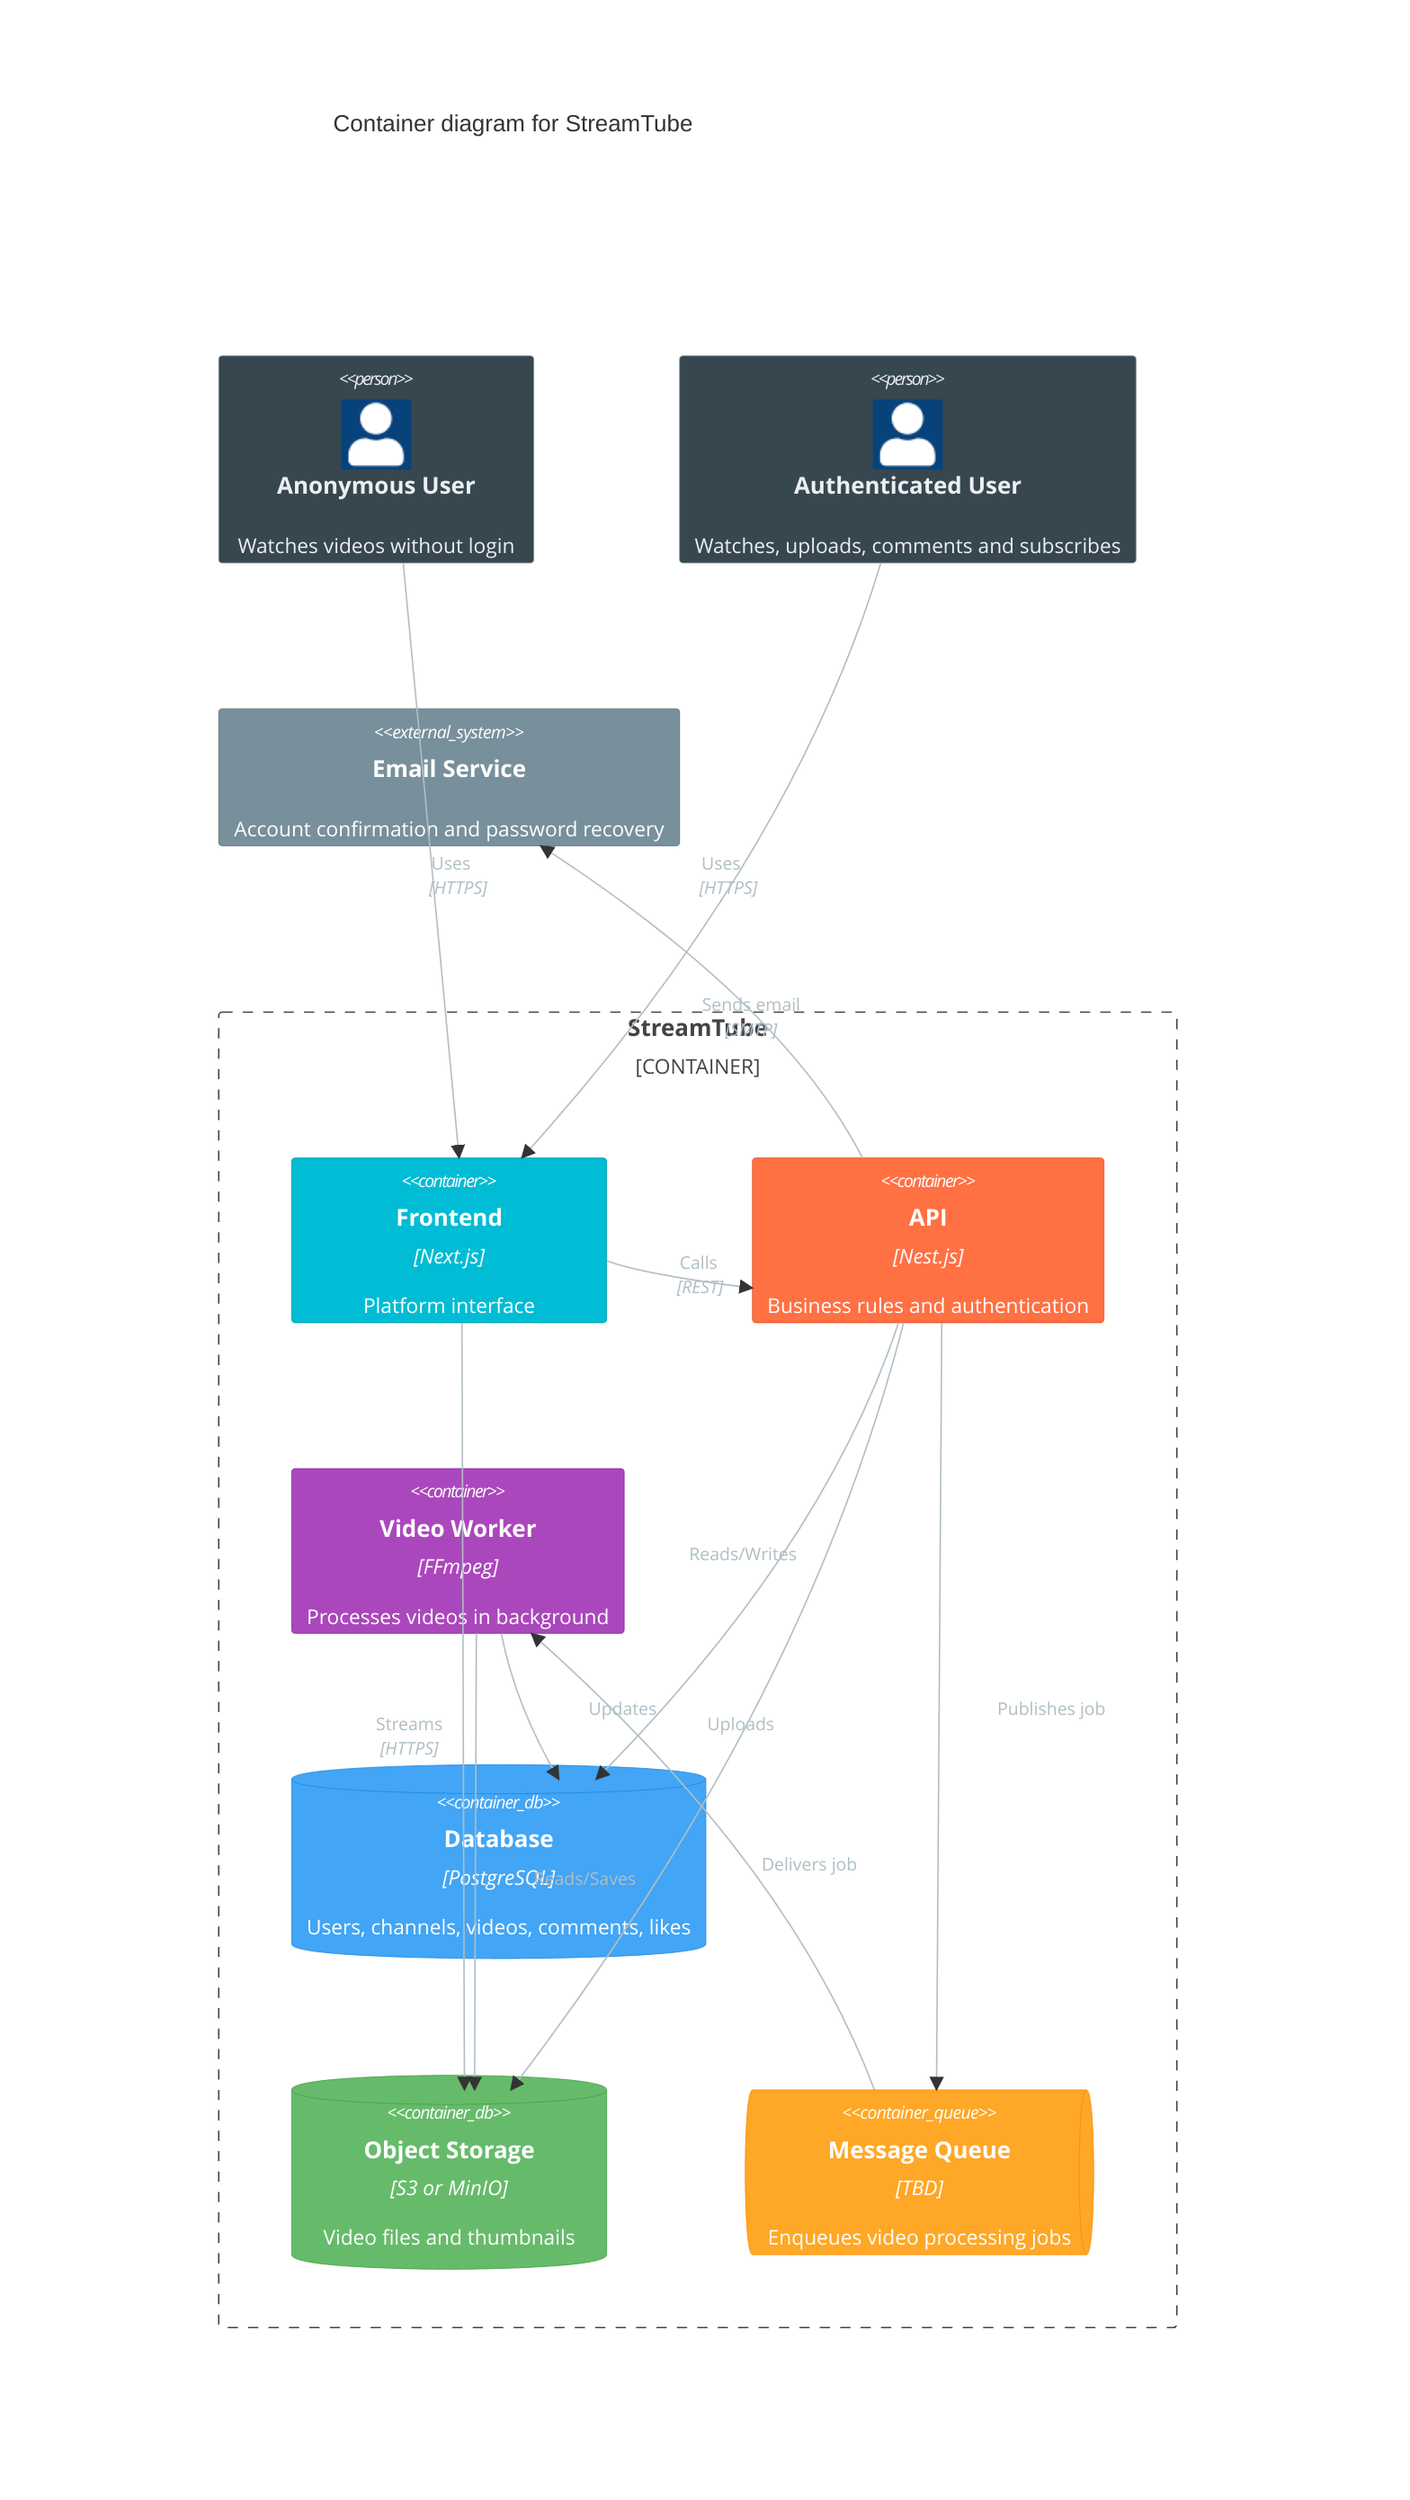
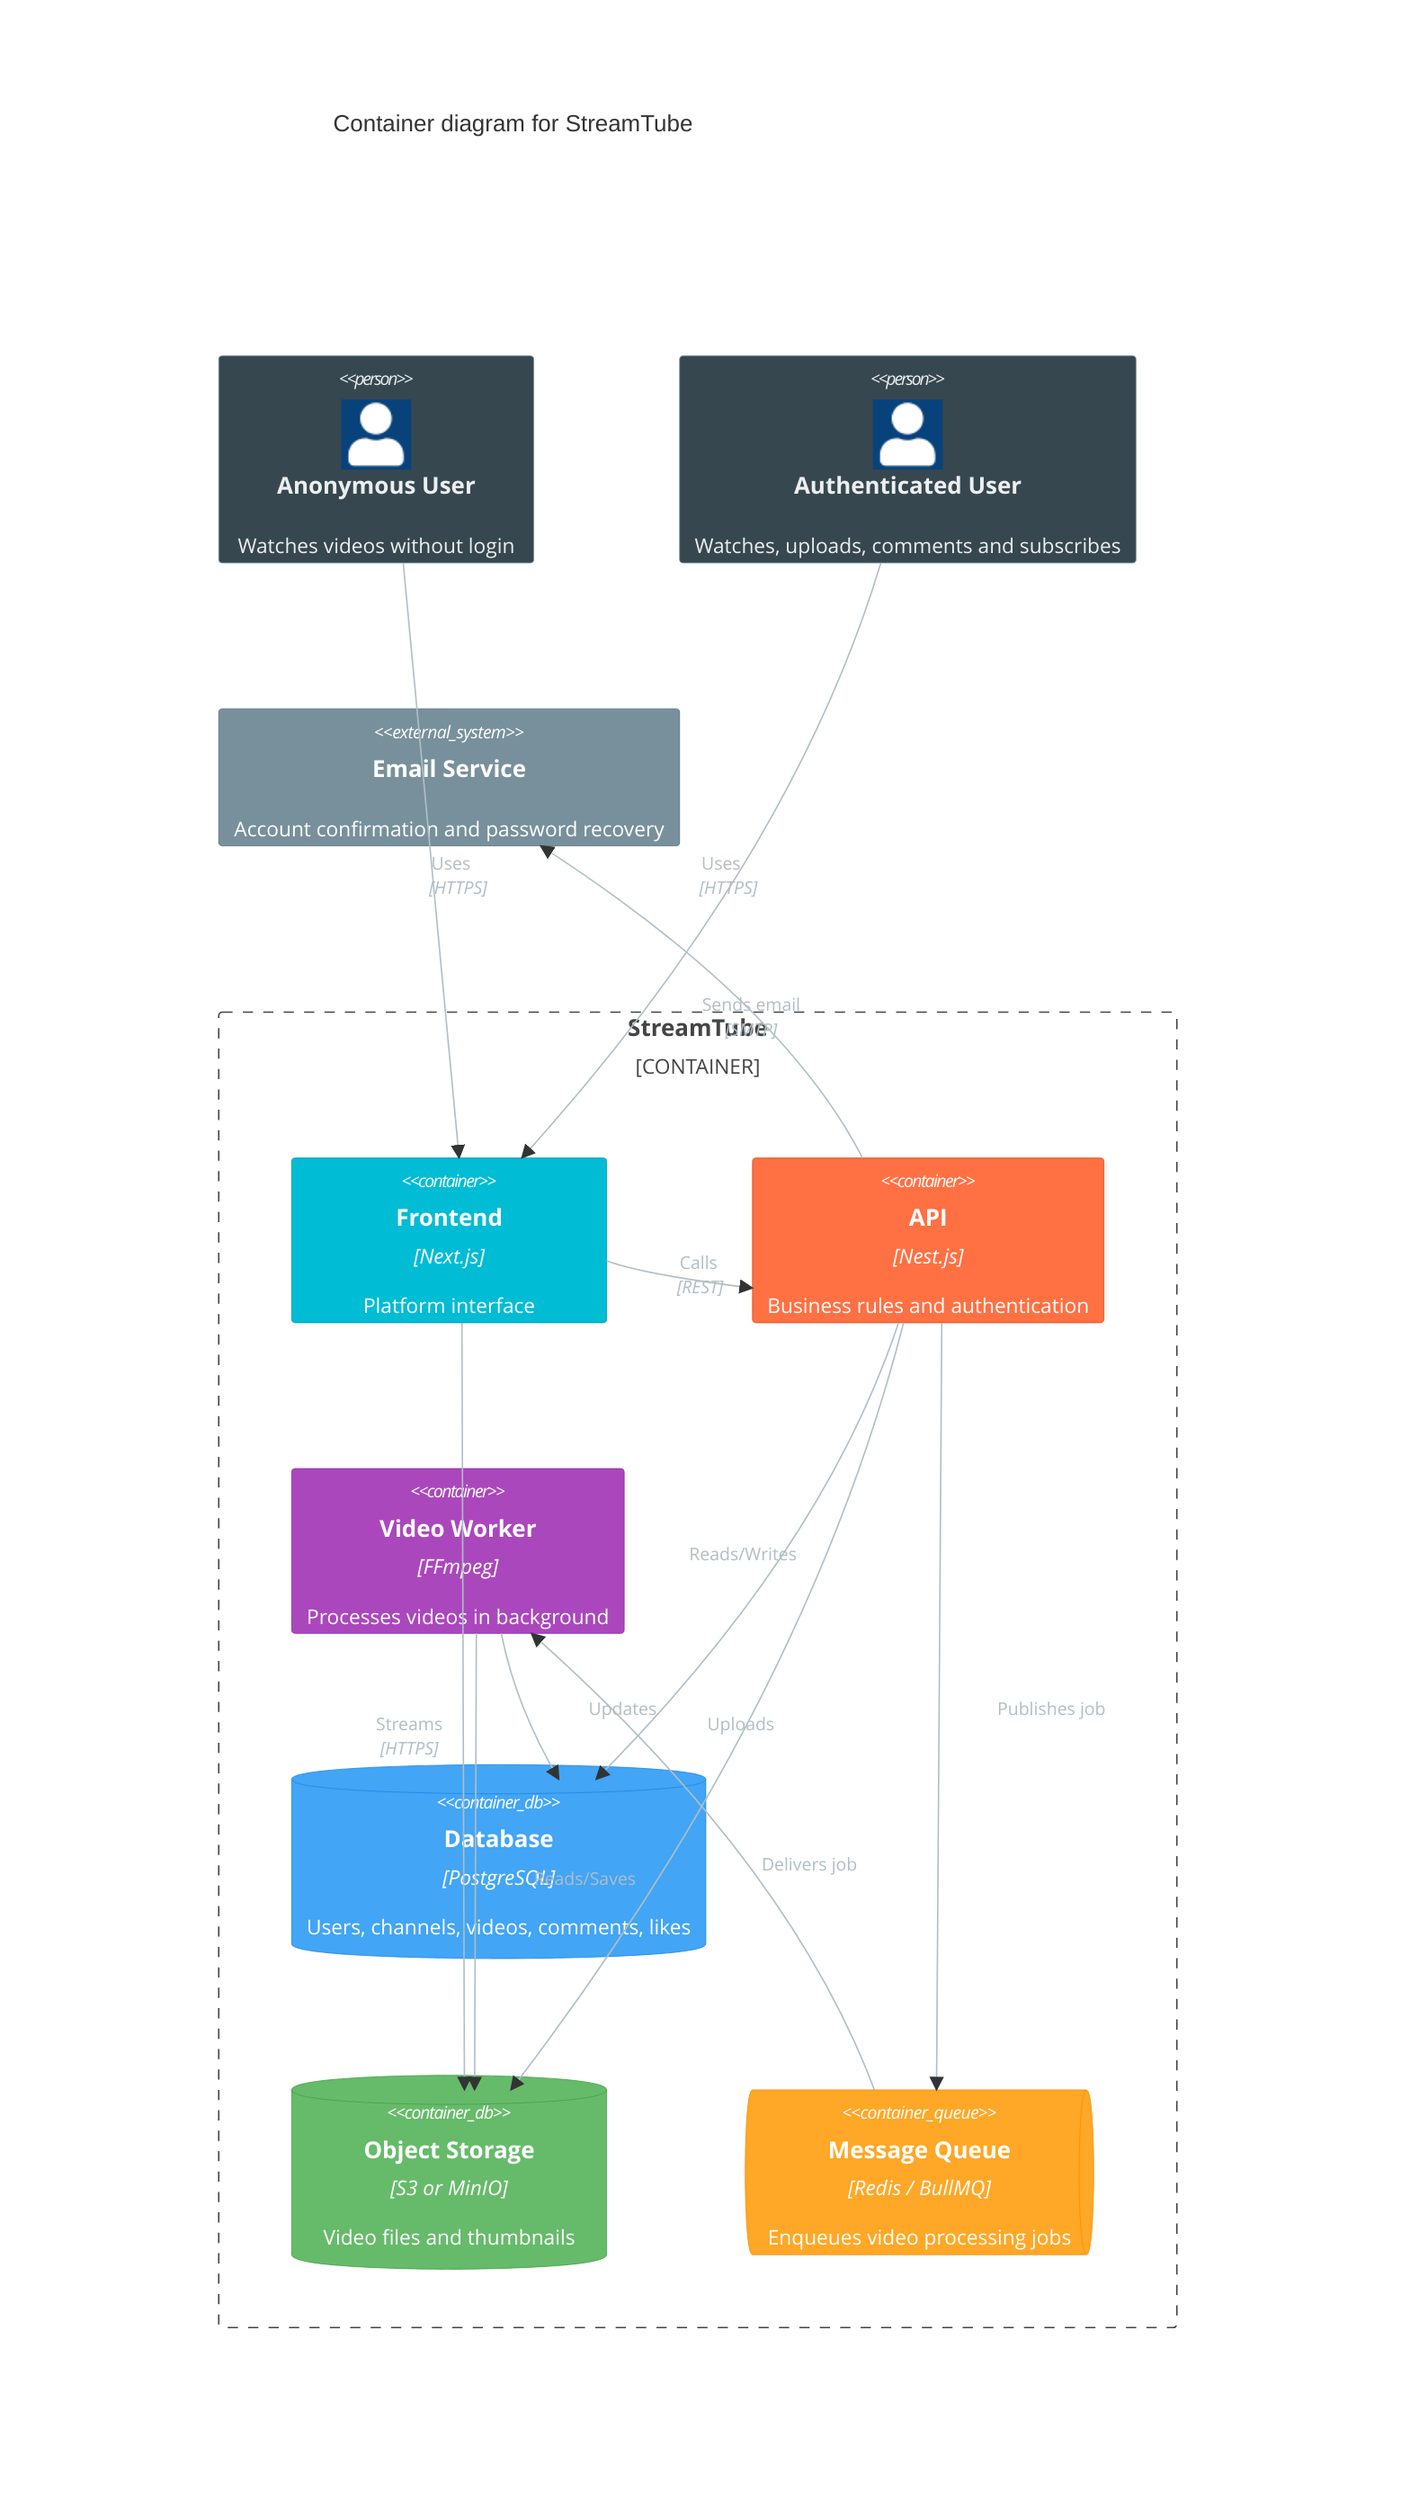
C4Container
    title Container diagram for StreamTube

    Person(anonUser, "Anonymous User", "Watches videos without login")
    Person(authUser, "Authenticated User", "Watches, uploads, comments and subscribes")

    Container_Boundary(c1, "StreamTube") {
        Container(frontend, "Frontend", "Next.js", "Platform interface")
        Container(api, "API", "Nest.js", "Business rules and authentication")
        Container(worker, "Video Worker", "FFmpeg", "Processes videos in background")
        ContainerDb(db, "Database", "PostgreSQL", "Users, channels, videos, comments, likes")
        ContainerDb(storage, "Object Storage", "S3 or MinIO", "Video files and thumbnails")
-         ContainerQueue(queue, "Message Queue", "TBD", "Enqueues video processing jobs")
+         ContainerQueue(queue, "Message Queue", "Redis / BullMQ", "Enqueues video processing jobs")
    }

    System_Ext(email, "Email Service", "Account confirmation and password recovery")

    Rel(anonUser, frontend, "Uses", "HTTPS")
    Rel(authUser, frontend, "Uses", "HTTPS")
    Rel(frontend, api, "Calls", "REST")
    Rel(frontend, storage, "Streams", "HTTPS")

    Rel(api, db, "Reads/Writes")
    Rel(api, storage, "Uploads")
    Rel(api, queue, "Publishes job")
    Rel(api, email, "Sends email", "SMTP")

    Rel(queue, worker, "Delivers job")
    Rel(worker, storage, "Reads/Saves")
    Rel(worker, db, "Updates")

    UpdateElementStyle(anonUser, $bgColor="#37474F", $fontColor="#ECEFF1", $borderColor="#78909C")
    UpdateElementStyle(authUser, $bgColor="#37474F", $fontColor="#ECEFF1", $borderColor="#78909C")
    UpdateElementStyle(frontend, $bgColor="#00BCD4", $fontColor="#FFFFFF", $borderColor="#0097A7")
    UpdateElementStyle(api, $bgColor="#FF7043", $fontColor="#FFFFFF", $borderColor="#E64A19")
    UpdateElementStyle(worker, $bgColor="#AB47BC", $fontColor="#FFFFFF", $borderColor="#8E24AA")
    UpdateElementStyle(db, $bgColor="#42A5F5", $fontColor="#FFFFFF", $borderColor="#1E88E5")
    UpdateElementStyle(storage, $bgColor="#66BB6A", $fontColor="#FFFFFF", $borderColor="#43A047")
    UpdateElementStyle(queue, $bgColor="#FFA726", $fontColor="#FFFFFF", $borderColor="#FB8C00")
    UpdateElementStyle(email, $bgColor="#78909C", $fontColor="#FFFFFF", $borderColor="#546E7A")

    UpdateRelStyle(anonUser, frontend, $textColor="#B0BEC5", $lineColor="#B0BEC5")
    UpdateRelStyle(authUser, frontend, $textColor="#B0BEC5", $lineColor="#B0BEC5")
    UpdateRelStyle(frontend, api, $textColor="#B0BEC5", $lineColor="#B0BEC5", $offsetY="-10")
    UpdateRelStyle(frontend, storage, $textColor="#B0BEC5", $lineColor="#B0BEC5", $offsetX="-60", $offsetY="10")
    UpdateRelStyle(api, db, $textColor="#B0BEC5", $lineColor="#B0BEC5", $offsetX="-40")
    UpdateRelStyle(api, storage, $textColor="#B0BEC5", $lineColor="#B0BEC5", $offsetY="10")
    UpdateRelStyle(api, queue, $textColor="#B0BEC5", $lineColor="#B0BEC5", $offsetX="40")
    UpdateRelStyle(api, email, $textColor="#B0BEC5", $lineColor="#B0BEC5")
    UpdateRelStyle(queue, worker, $textColor="#B0BEC5", $lineColor="#B0BEC5", $offsetX="40")
    UpdateRelStyle(worker, storage, $textColor="#B0BEC5", $lineColor="#B0BEC5", $offsetX="40", $offsetY="10")
    UpdateRelStyle(worker, db, $textColor="#B0BEC5", $lineColor="#B0BEC5", $offsetX="40")

    UpdateLayoutConfig($c4ShapeInRow="3", $c4BoundaryInRow="1")